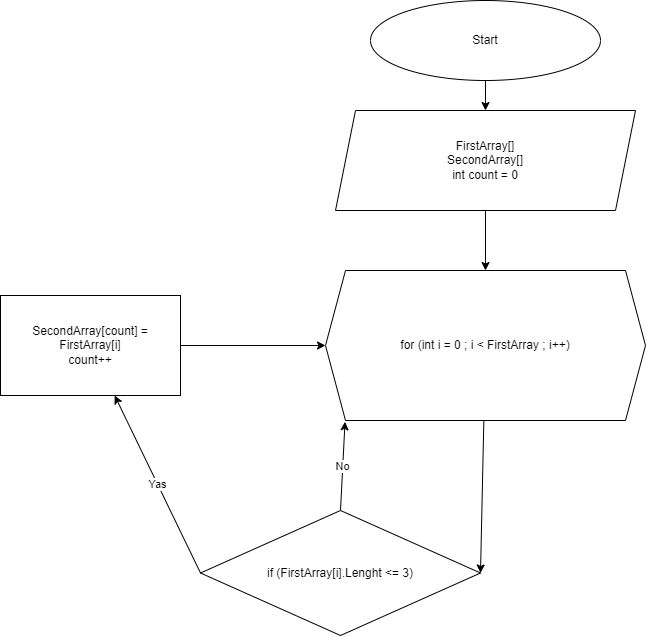
Earlier version of the draw.io export Example/Block_diagram.drawio.png (LightBreezzz/ControlTask). Source tidied: cells renumbered, new cells last; positions are measured from the earlier drawing's top-left corner, leaving out a move shared by most shapes.
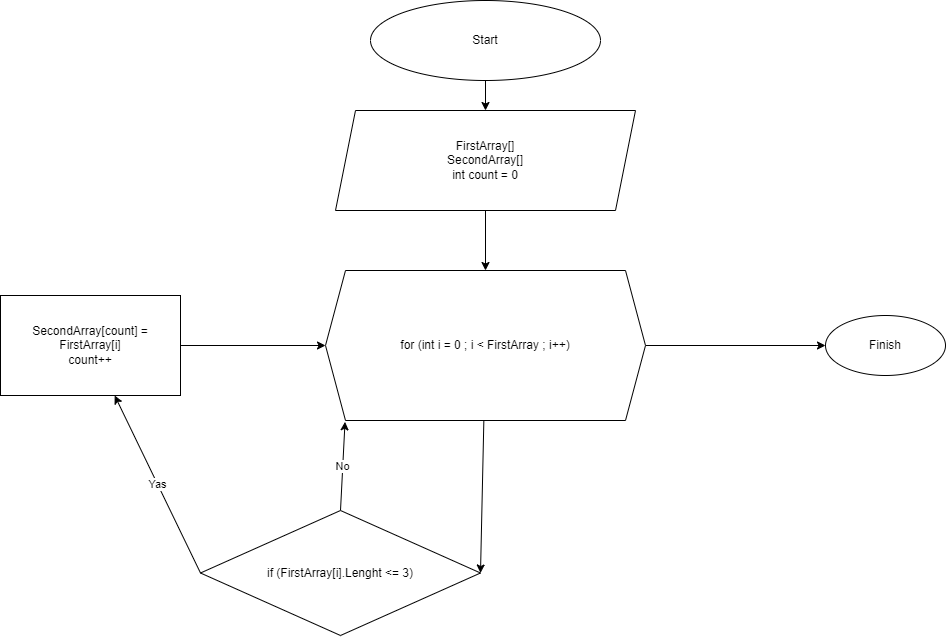
After the commit.

Diff of the diagram source:
```diff
@@ -14,6 +14,9 @@
     <mxCell id="5" style="edgeStyle=none;html=1;entryX=1;entryY=0.5;entryDx=0;entryDy=0;" parent="1" edge="1" source="6" target="9">
       <mxGeometry relative="1" as="geometry" />
     </mxCell>
+    <mxCell id="13" style="edgeStyle=none;html=1;" parent="1" edge="1" source="6" target="14">
+      <mxGeometry relative="1" as="geometry" />
+    </mxCell>
     <mxCell id="6" value="for (int i = 0 ; i &amp;lt; FirstArray ; i++)" style="shape=hexagon;perimeter=hexagonPerimeter2;whiteSpace=wrap;html=1;fixedSize=1;" parent="1" vertex="1">
       <mxGeometry x="325" y="270" width="320" height="150" as="geometry" />
     </mxCell>
@@ -35,5 +38,8 @@
     <mxCell id="12" value="&lt;span&gt;FirstArray[]&lt;/span&gt;&lt;br&gt;&lt;span&gt;SecondArray[]&lt;/span&gt;&lt;br&gt;&lt;span&gt;int count = 0&lt;/span&gt;" style="shape=parallelogram;perimeter=parallelogramPerimeter;whiteSpace=wrap;html=1;fixedSize=1;" parent="1" vertex="1">
       <mxGeometry x="335" y="110" width="300" height="100" as="geometry" />
     </mxCell>
+    <mxCell id="14" value="Finish" style="ellipse;whiteSpace=wrap;html=1;" parent="1" vertex="1">
+      <mxGeometry x="825" y="315" width="120" height="60" as="geometry" />
+    </mxCell>
   </root>
 </mxGraphModel>
```
